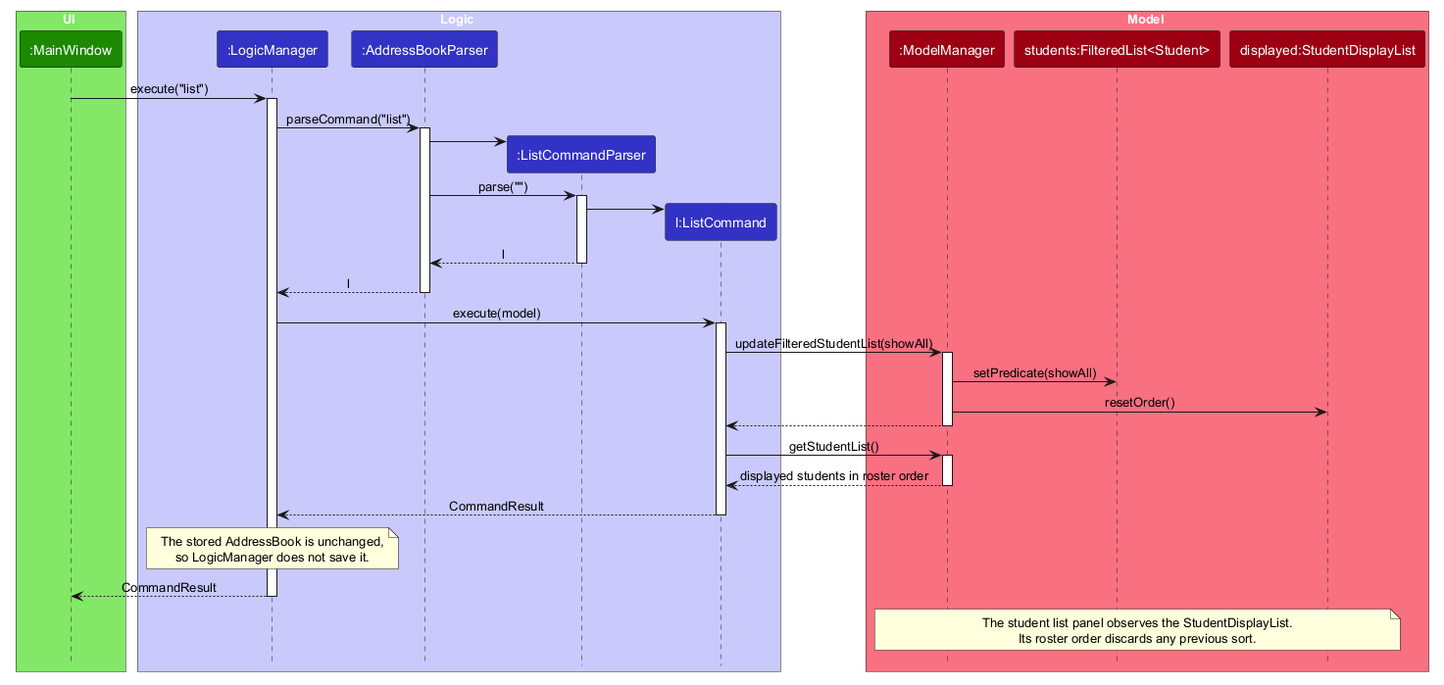
The PlantUML diagram docs/images/StudentListSequenceDiagram.png in AY2627S1-CS2103-F12-1/tp, before a commit.
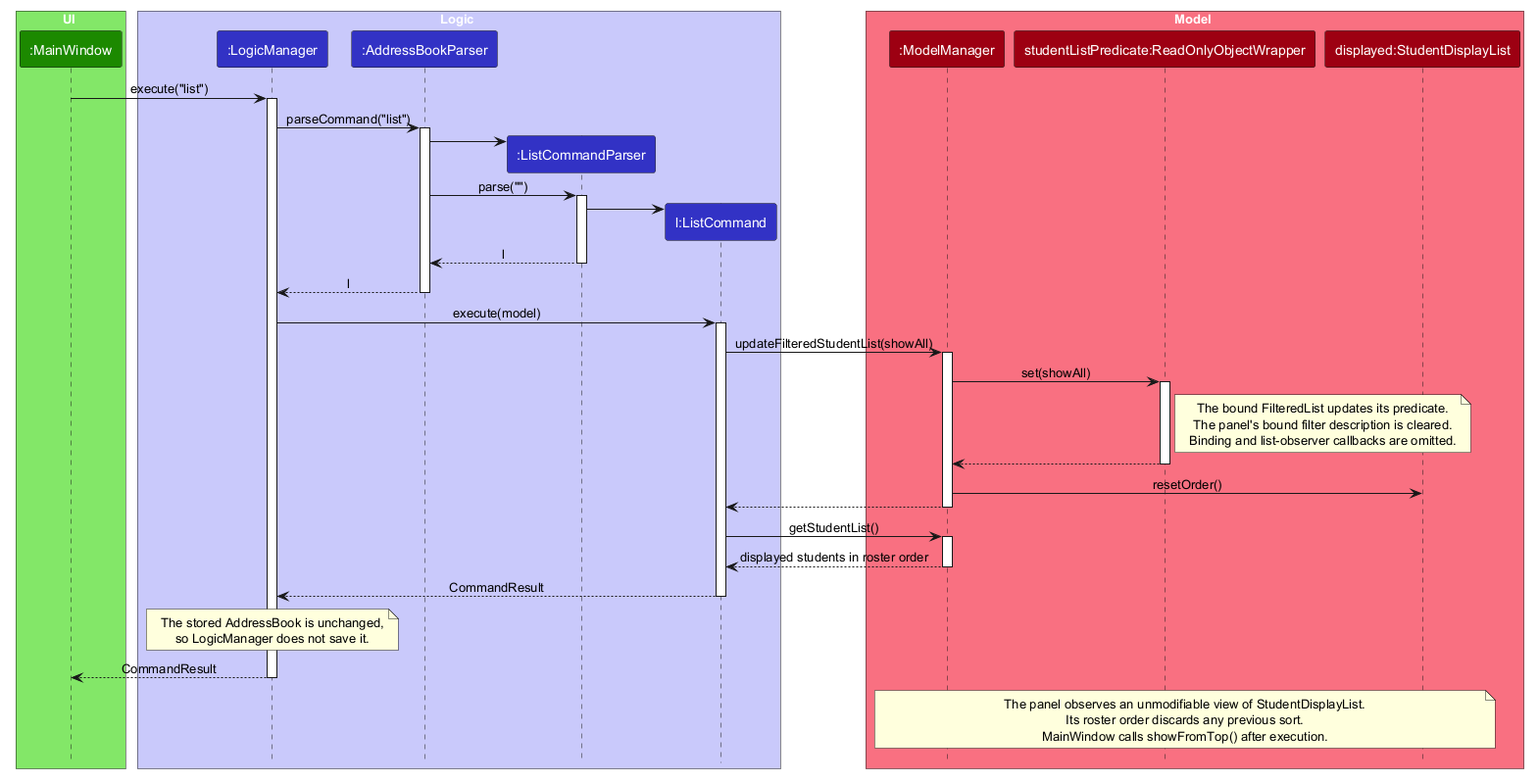
Above is the later version.

What changed in the source:
```diff
@@ -15,7 +15,7 @@
 
 box Model MODEL_COLOR_T1
 participant ":ModelManager" as ModelManager MODEL_COLOR
-participant "students:FilteredList<Student>" as FilteredStudents MODEL_COLOR
+participant "studentListPredicate:ReadOnlyObjectWrapper" as PredicateState MODEL_COLOR
 participant "displayed:StudentDisplayList" as DisplayedStudents MODEL_COLOR
 end box
 
@@ -41,7 +41,15 @@
 activate ListCommand
 ListCommand -> ModelManager : updateFilteredStudentList(showAll)
 activate ModelManager
-ModelManager -> FilteredStudents : setPredicate(showAll)
+ModelManager -> PredicateState : set(showAll)
+activate PredicateState
+note right of PredicateState
+  The bound FilteredList updates its predicate.
+  The panel's bound filter description is cleared.
+  Binding and list-observer callbacks are omitted.
+end note
+PredicateState --> ModelManager
+deactivate PredicateState
 ModelManager -> DisplayedStudents : resetOrder()
 ModelManager --> ListCommand
 deactivate ModelManager
@@ -63,7 +71,8 @@
 deactivate LogicManager
 
 note over ModelManager, DisplayedStudents
-  The student list panel observes the StudentDisplayList.
+  The panel observes an unmodifiable view of StudentDisplayList.
   Its roster order discards any previous sort.
+  MainWindow calls showFromTop() after execution.
 end note
 @enduml
```
